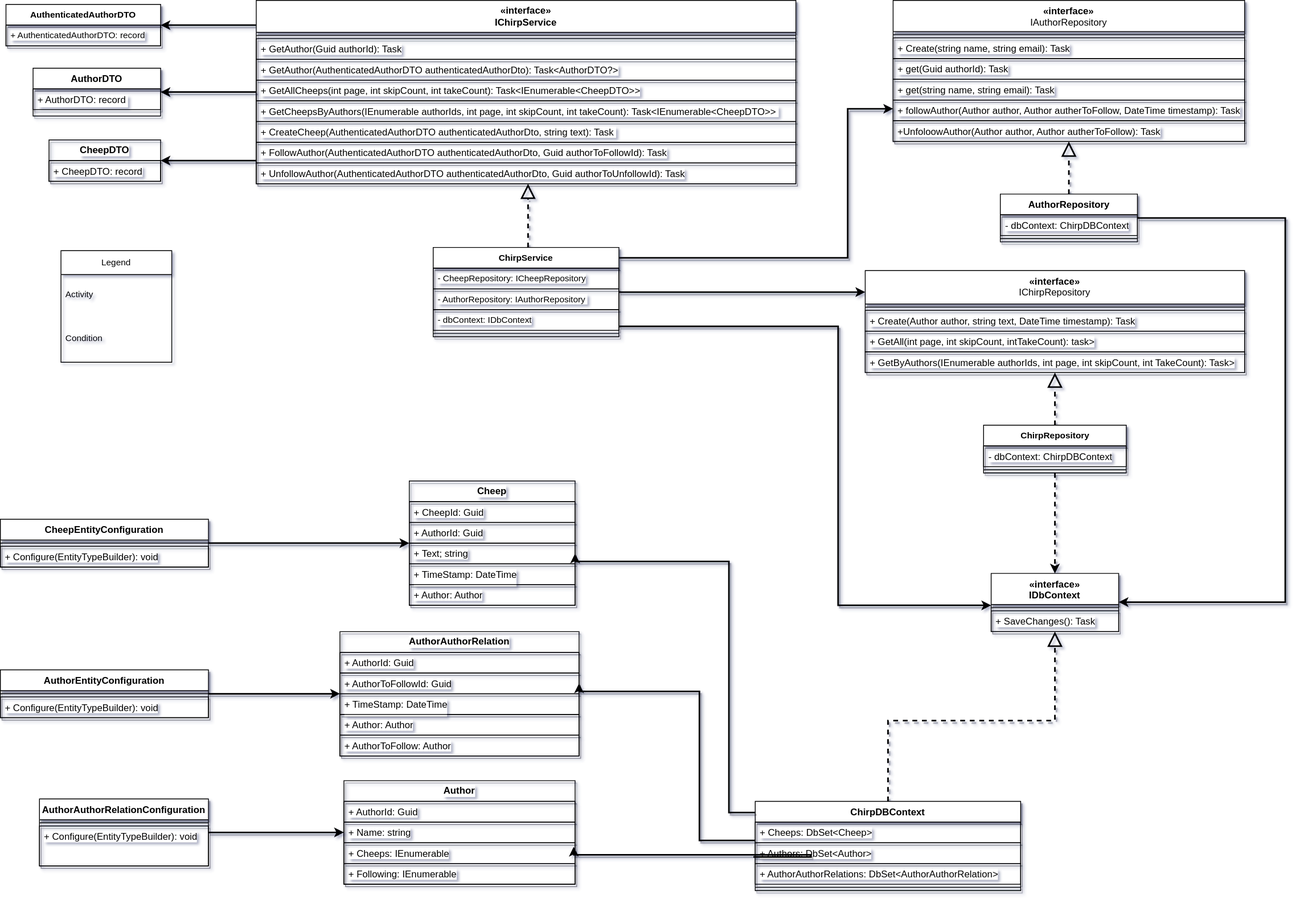
ITU-BDSA23-GROUP22/Chirp keeps this draw.io diagram as docs/Diagrams/DomainModel.drawio.svg. Above is the earlier version. Source tidied: cells renumbered, new cells last; positions are measured from the earlier drawing's top-left corner, leaving out a move shared by most shapes.
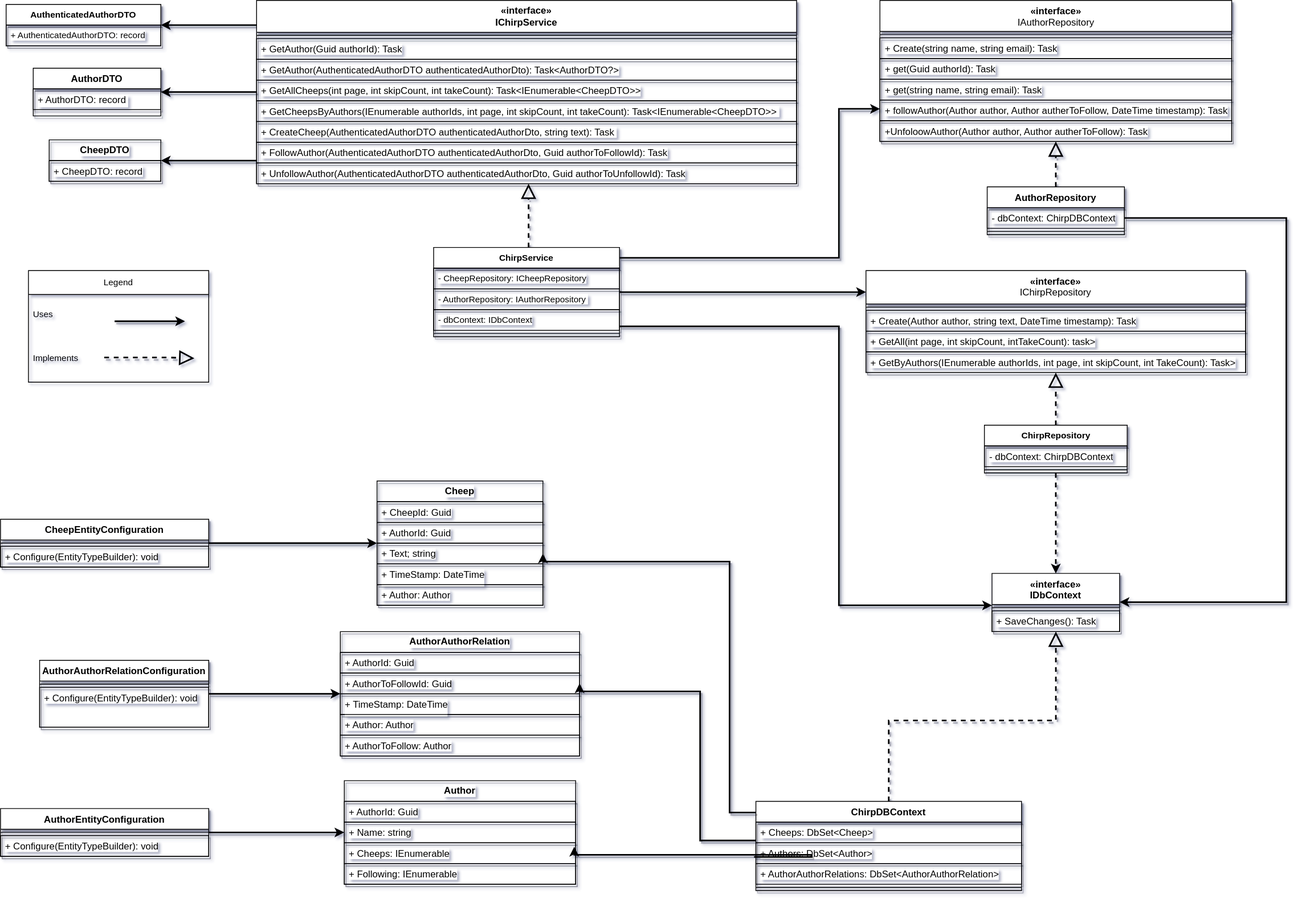
Above is the later version.

What changed in the source:
```diff
@@ -47,8 +47,14 @@
     <mxCell id="16" value="+ AuthorToFollow: Author" style="text;strokeColor=#000000;fillColor=none;align=left;verticalAlign=top;spacingLeft=4;spacingRight=4;overflow=hidden;whiteSpace=wrap;html=1;shadow=1;labelBackgroundColor=default;" parent="11" vertex="1">
       <mxGeometry y="130" width="300" height="26" as="geometry" />
     </mxCell>
+    <mxCell id="95" style="edgeStyle=orthogonalEdgeStyle;shape=connector;rounded=0;orthogonalLoop=1;jettySize=auto;html=1;shadow=1;labelBackgroundColor=default;strokeColor=#000000;strokeWidth=2;align=center;verticalAlign=middle;fontFamily=Helvetica;fontSize=11;fontColor=default;endArrow=classic;endFill=1;" parent="1" edge="1">
+      <mxGeometry relative="1" as="geometry">
+        <mxPoint x="143" y="402.6" as="sourcePoint" />
+        <mxPoint x="231.3" y="402.6" as="targetPoint" />
+      </mxGeometry>
+    </mxCell>
     <mxCell id="17" value="Cheep" style="swimlane;horizontal=1;startSize=26;fillColor=none;whiteSpace=wrap;html=1;strokeColor=#000000;shadow=1;labelBackgroundColor=default;" parent="1" vertex="1">
-      <mxGeometry x="513" y="603" width="208" height="156" as="geometry" />
+      <mxGeometry x="472" y="603" width="208" height="156" as="geometry" />
     </mxCell>
     <mxCell id="18" value="+ CheepId: Guid" style="text;strokeColor=#000000;fillColor=none;align=left;verticalAlign=top;spacingLeft=4;spacingRight=4;overflow=hidden;whiteSpace=wrap;html=1;shadow=1;labelBackgroundColor=default;" parent="17" vertex="1">
       <mxGeometry y="26" width="208" height="26" as="geometry" />
@@ -65,11 +71,11 @@
     <mxCell id="22" value="+ Author: Author" style="text;strokeColor=#000000;fillColor=none;align=left;verticalAlign=top;spacingLeft=4;spacingRight=4;overflow=hidden;whiteSpace=wrap;html=1;shadow=1;labelBackgroundColor=default;" parent="17" vertex="1">
       <mxGeometry y="130" width="208" height="26" as="geometry" />
     </mxCell>
-    <mxCell id="23" style="edgeStyle=orthogonalEdgeStyle;shape=connector;rounded=0;jettySize=auto;html=1;labelBackgroundColor=default;strokeColor=#000000;strokeWidth=2;align=center;verticalAlign=middle;fontFamily=Helvetica;fontSize=11;fontColor=default;endArrow=classic;endFill=1;shadow=1;" parent="1" edge="1" source="24" target="6">
-      <mxGeometry relative="1" as="geometry" />
-    </mxCell>
+    <mxCell id="96" style="edgeStyle=orthogonalEdgeStyle;shape=connector;rounded=0;jettySize=auto;html=1;shadow=1;labelBackgroundColor=default;strokeColor=#000000;strokeWidth=2;align=center;verticalAlign=middle;fontFamily=Helvetica;fontSize=11;fontColor=default;endArrow=classic;endFill=1;" parent="1" edge="1" source="24" target="11">
+      <mxGeometry relative="1" as="geometry" />
+    </mxCell>
     <mxCell id="24" value="AuthorAuthorRelationConfiguration" style="swimlane;align=center;verticalAlign=top;horizontal=1;startSize=26;whiteSpace=wrap;html=1;strokeColor=#000000;shadow=1;labelBackgroundColor=default;" parent="1" vertex="1">
-      <mxGeometry x="49" y="1002" width="212" height="84" as="geometry" />
+      <mxGeometry x="49" y="828" width="212" height="84" as="geometry" />
     </mxCell>
     <mxCell id="25" style="line;strokeWidth=1;fillColor=none;align=left;verticalAlign=middle;spacingTop=-1;spacingLeft=3;spacingRight=3;labelPosition=right;strokeColor=#000000;shadow=1;labelBackgroundColor=default;" parent="24" vertex="1">
       <mxGeometry y="26" width="212" height="8" as="geometry" />
@@ -77,11 +83,11 @@
     <mxCell id="26" value="+ Configure(EntityTypeBuilder&lt;authorauthorrelation&gt;): void&lt;/authorauthorrelation&gt;" style="text;strokeColor=#000000;fillColor=none;align=left;verticalAlign=top;spacingLeft=4;spacingRight=4;overflow=hidden;whiteSpace=wrap;html=1;shadow=1;labelBackgroundColor=default;" parent="24" vertex="1">
       <mxGeometry y="34" width="212" height="50" as="geometry" />
     </mxCell>
-    <mxCell id="27" style="edgeStyle=orthogonalEdgeStyle;shape=connector;rounded=0;jettySize=auto;html=1;labelBackgroundColor=default;strokeColor=#000000;strokeWidth=2;align=center;verticalAlign=middle;fontFamily=Helvetica;fontSize=11;fontColor=default;endArrow=classic;endFill=1;shadow=1;" parent="1" edge="1" source="28" target="11">
-      <mxGeometry relative="1" as="geometry" />
-    </mxCell>
+    <mxCell id="97" style="edgeStyle=orthogonalEdgeStyle;shape=connector;rounded=0;jettySize=auto;html=1;shadow=1;labelBackgroundColor=default;strokeColor=#000000;strokeWidth=2;align=center;verticalAlign=middle;fontFamily=Helvetica;fontSize=11;fontColor=default;endArrow=classic;endFill=1;" parent="1" edge="1" source="28" target="6">
+      <mxGeometry relative="1" as="geometry" />
+    </mxCell>
     <mxCell id="28" value="AuthorEntityConfiguration" style="swimlane;align=center;verticalAlign=top;horizontal=1;startSize=26;whiteSpace=wrap;html=1;strokeColor=#000000;shadow=1;labelBackgroundColor=default;" parent="1" vertex="1">
-      <mxGeometry y="840" width="261" height="60" as="geometry" />
+      <mxGeometry y="1014" width="261" height="60" as="geometry" />
     </mxCell>
     <mxCell id="29" style="line;strokeWidth=1;fillColor=none;align=left;verticalAlign=middle;spacingTop=-1;spacingLeft=3;spacingRight=3;labelPosition=right;strokeColor=#000000;shadow=1;labelBackgroundColor=default;" parent="28" vertex="1">
       <mxGeometry y="26" width="261" height="8" as="geometry" />
@@ -102,7 +108,7 @@
       <mxGeometry y="34" width="261" height="26" as="geometry" />
     </mxCell>
     <mxCell id="35" value="«interface»&lt;br style=&quot;border-color: var(--border-color); font-weight: 400;&quot;&gt;&lt;span style=&quot;font-weight: 400;&quot;&gt;IAuthorRepository&lt;/span&gt;" style="swimlane;align=center;verticalAlign=top;horizontal=1;startSize=39;whiteSpace=wrap;html=1;strokeColor=#000000;shadow=1;labelBackgroundColor=default;" parent="1" vertex="1">
-      <mxGeometry x="1120" width="441" height="177" as="geometry" />
+      <mxGeometry x="1102.5" width="441" height="177" as="geometry" />
     </mxCell>
     <mxCell id="36" style="line;strokeWidth=1;fillColor=none;align=left;verticalAlign=middle;spacingTop=-1;spacingLeft=3;spacingRight=3;labelPosition=right;strokeColor=#000000;shadow=1;labelBackgroundColor=default;" parent="35" vertex="1">
       <mxGeometry y="39" width="441" height="8" as="geometry" />
@@ -194,8 +200,8 @@
     <mxCell id="60" style="edgeStyle=orthogonalEdgeStyle;shape=connector;rounded=0;jettySize=auto;html=1;labelBackgroundColor=default;strokeColor=#000000;strokeWidth=2;align=center;verticalAlign=middle;fontFamily=Helvetica;fontSize=11;fontColor=default;endArrow=classic;endFill=1;shadow=1;" parent="1" edge="1" source="83" target="35">
       <mxGeometry relative="1" as="geometry">
         <Array as="points">
-          <mxPoint x="1063" y="323" />
-          <mxPoint x="1063" y="136" />
+          <mxPoint x="1051" y="323" />
+          <mxPoint x="1051" y="136" />
         </Array>
       </mxGeometry>
     </mxCell>
@@ -237,7 +243,7 @@
       <mxGeometry relative="1" as="geometry" />
     </mxCell>
     <mxCell id="72" value="AuthorRepository" style="swimlane;fontStyle=1;align=center;verticalAlign=top;horizontal=1;startSize=26;whiteSpace=wrap;html=1;strokeColor=#000000;shadow=1;labelBackgroundColor=default;" parent="1" vertex="1">
-      <mxGeometry x="1254.5" y="243" width="172" height="60" as="geometry" />
+      <mxGeometry x="1237" y="234" width="172" height="60" as="geometry" />
     </mxCell>
     <mxCell id="73" value="- dbContext: ChirpDBContext" style="text;strokeColor=#000000;fillColor=none;align=left;verticalAlign=top;spacingLeft=4;spacingRight=4;overflow=hidden;whiteSpace=wrap;html=1;shadow=1;labelBackgroundColor=default;" parent="72" vertex="1">
       <mxGeometry y="26" width="172" height="26" as="geometry" />
@@ -326,13 +332,22 @@
       </mxGeometry>
     </mxCell>
     <mxCell id="92" value="Legend" style="swimlane;fontStyle=0;horizontal=1;startSize=30;whiteSpace=wrap;html=1;fontFamily=Helvetica;fontSize=11;fontColor=default;" parent="1" vertex="1">
-      <mxGeometry x="76" y="314" width="139" height="140" as="geometry" />
+      <mxGeometry x="35" y="339" width="226" height="140" as="geometry" />
     </mxCell>
-    <mxCell id="93" value="Activity" style="text;strokeColor=none;fillColor=none;align=left;verticalAlign=middle;spacingLeft=4;spacingRight=4;overflow=hidden;whiteSpace=wrap;html=1;fontSize=11;fontFamily=Helvetica;fontColor=default;" parent="92" vertex="1">
-      <mxGeometry y="30" width="139" height="50" as="geometry" />
+    <mxCell id="93" value="Uses" style="text;strokeColor=none;fillColor=none;align=left;verticalAlign=middle;spacingLeft=4;spacingRight=4;overflow=hidden;whiteSpace=wrap;html=1;fontSize=11;fontFamily=Helvetica;fontColor=default;" parent="92" vertex="1">
+      <mxGeometry y="30" width="226" height="50" as="geometry" />
     </mxCell>
-    <mxCell id="94" value="Condition" style="text;strokeColor=none;fillColor=none;align=left;verticalAlign=middle;spacingLeft=4;spacingRight=4;overflow=hidden;whiteSpace=wrap;html=1;fontSize=11;fontFamily=Helvetica;fontColor=default;" parent="92" vertex="1">
-      <mxGeometry y="80" width="139" height="60" as="geometry" />
+    <mxCell id="94" value="Implements" style="text;strokeColor=none;fillColor=none;align=left;verticalAlign=middle;spacingLeft=4;spacingRight=4;overflow=hidden;whiteSpace=wrap;html=1;fontSize=11;fontFamily=Helvetica;fontColor=default;" parent="92" vertex="1">
+      <mxGeometry y="80" width="226" height="60" as="geometry" />
     </mxCell>
+    <mxCell id="98" style="edgeStyle=orthogonalEdgeStyle;rounded=0;orthogonalLoop=1;jettySize=auto;html=1;endArrow=block;endFill=0;strokeWidth=2;endSize=14;strokeColor=#000000;shadow=1;labelBackgroundColor=default;dashed=1;" parent="1" edge="1">
+      <mxGeometry relative="1" as="geometry">
+        <mxPoint x="130" y="448" as="sourcePoint" />
+        <mxPoint x="243" y="449" as="targetPoint" />
+        <Array as="points">
+          <mxPoint x="212" y="448" />
+        </Array>
+      </mxGeometry>
+    </mxCell>
   </root>
 </mxGraphModel>
```
